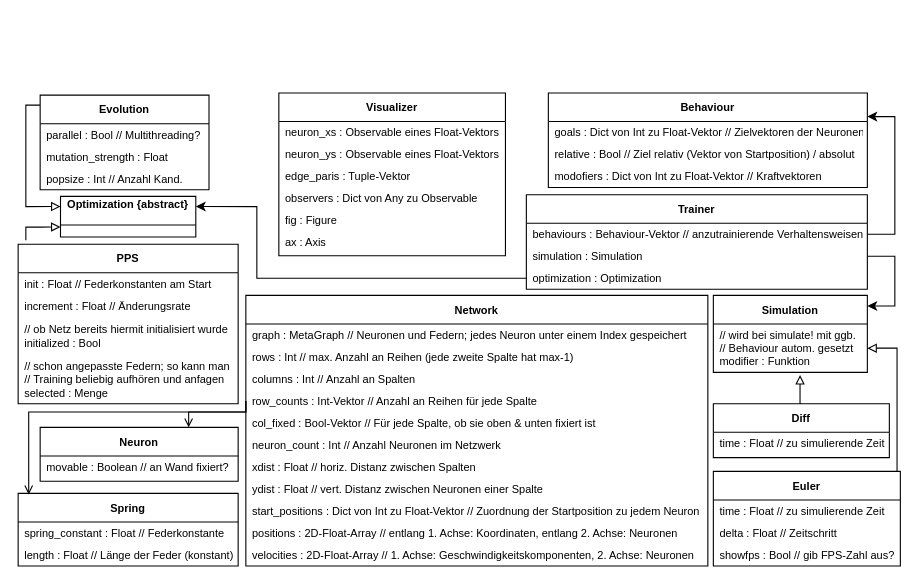
Alexander-Reimer/Simulation-of-MNNs keeps this draw.io diagram as page "Page-2" (1 of 2) of 2024/JuFo_regional/bilder/UML.drawio. Above is the earlier version. Source tidied: cells renumbered, new cells numbered last; positions are measured from the earlier drawing's top-left corner, leaving out a move shared by most shapes. Both pictures are drawn from the tidied source at 110%, with x=0, y=0 at pixel (-173, 92).
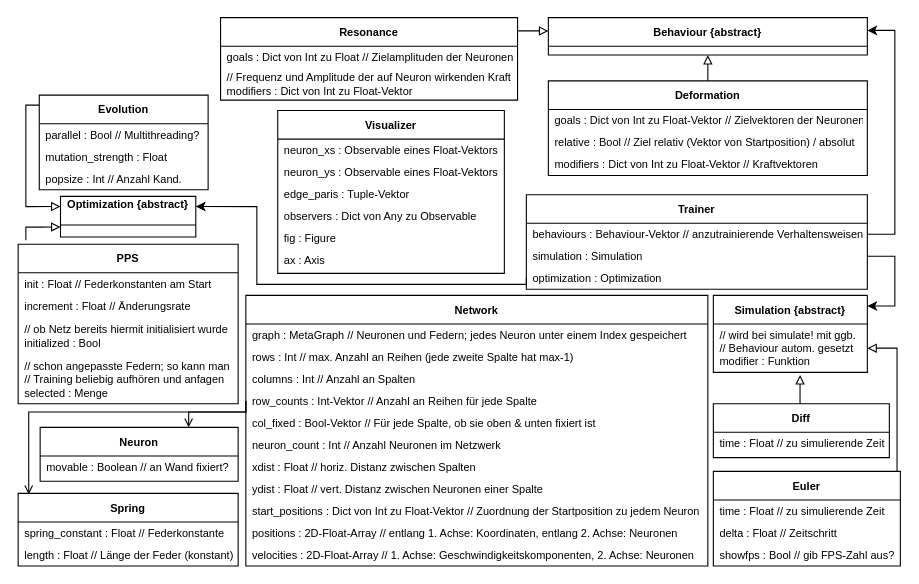
After the change.

Commit message:
Update UML.drawio: added resonance & deformation

Unchanged cells that the change refers to:
```xml
<mxCell id="28" value="behaviours : Behaviour-Vektor // anzutrainierende Verhaltensweisen" style="text;align=left;verticalAlign=middle;spacingLeft=4;spacingRight=4;overflow=hidden;points=[[0,0.5],[1,0.5]];portConstraint=eastwest;fontSize=10;" parent="27" vertex="1">
  <mxGeometry y="26" width="310" height="20" as="geometry" />
</mxCell>
<mxCell id="30" value="optimization : Optimization" style="text;align=left;verticalAlign=middle;spacingLeft=4;spacingRight=4;overflow=hidden;points=[[0,0.5],[1,0.5]];portConstraint=eastwest;fontSize=10;" parent="27" vertex="1">
  <mxGeometry y="66" width="310" height="20" as="geometry" />
</mxCell>
<mxCell id="42" value="Optimization {abstract}&#10;" style="swimlane;fontStyle=1;align=center;verticalAlign=middle;horizontal=1;startSize=26;rounded=0;shadow=0;strokeWidth=1;fontSize=10;" parent="1" vertex="1">
  <mxGeometry x="211.5" y="94" width="123" height="37" as="geometry" />
</mxCell>
```

The edit, as a diff of the source:
```diff
@@
-    <mxCell id="23" value="Behaviour" style="swimlane;fontStyle=1;align=center;verticalAlign=middle;horizontal=1;startSize=26;rounded=0;shadow=0;strokeWidth=1;fontSize=10;" parent="1" vertex="1">
-      <mxGeometry x="655" width="290" height="86" as="geometry" />
+    <mxCell id="23" value="Behaviour {abstract}" style="swimlane;fontStyle=1;align=center;verticalAlign=middle;horizontal=1;startSize=26;rounded=0;shadow=0;strokeWidth=1;fontSize=10;" parent="1" vertex="1">
+      <mxGeometry x="655" y="-68.5" width="290" height="34" as="geometry" />
     </mxCell>
-    <mxCell id="24" value="goals : Dict von Int zu Float-Vektor // Zielvektoren der Neuronen" style="text;align=left;verticalAlign=middle;spacingLeft=4;spacingRight=4;overflow=hidden;fontSize=10;" parent="23" vertex="1">
-      <mxGeometry y="26" width="290" height="20" as="geometry" />
-    </mxCell>
-    <mxCell id="25" value="relative : Bool // Ziel relativ (Vektor von Startposition) / absolut" style="text;align=left;verticalAlign=middle;spacingLeft=4;spacingRight=4;overflow=hidden;fontSize=10;" parent="23" vertex="1">
-      <mxGeometry y="46" width="290" height="20" as="geometry" />
-    </mxCell>
-    <mxCell id="26" value="modofiers : Dict von Int zu Float-Vektor // Kraftvektoren" style="text;align=left;verticalAlign=middle;spacingLeft=4;spacingRight=4;overflow=hidden;fontSize=10;" parent="23" vertex="1">
-      <mxGeometry y="66" width="290" height="20" as="geometry" />
-    </mxCell>
@@
-    <mxCell id="31" style="edgeStyle=orthogonalEdgeStyle;rounded=0;jettySize=auto;html=1;exitX=1;exitY=0.5;exitDx=0;exitDy=0;fontSize=10;verticalAlign=middle;entryX=1;entryY=0.25;entryDx=0;entryDy=0;" parent="1" edge="1" source="28" target="23">
+    <mxCell id="31" style="edgeStyle=orthogonalEdgeStyle;rounded=0;jettySize=auto;html=1;exitX=1;exitY=0.5;exitDx=0;exitDy=0;fontSize=10;verticalAlign=middle;entryX=1;entryY=0.342;entryDx=0;entryDy=0;entryPerimeter=0;" parent="1" edge="1" source="28" target="23">
       <mxGeometry relative="1" as="geometry">
         <Array as="points">
-          <mxPoint x="970" y="129" />
-          <mxPoint x="970" y="22" />
+          <mxPoint x="970" y="128" />
+          <mxPoint x="970" y="-57" />
         </Array>
       </mxGeometry>
     </mxCell>
-    <mxCell id="32" value="Simulation" style="swimlane;fontStyle=1;align=center;verticalAlign=middle;horizontal=1;startSize=26;rounded=0;shadow=0;strokeWidth=1;fontSize=10;" parent="1" vertex="1">
+    <mxCell id="32" value="Simulation {abstract}" style="swimlane;fontStyle=1;align=center;verticalAlign=middle;horizontal=1;startSize=26;rounded=0;shadow=0;strokeWidth=1;fontSize=10;" parent="1" vertex="1">
       <mxGeometry x="805" y="184" width="140" height="70" as="geometry" />
     </mxCell>
@@
     <mxCell id="49" value="Evolution" style="swimlane;fontStyle=1;align=center;verticalAlign=middle;horizontal=1;startSize=26;rounded=0;shadow=0;strokeWidth=1;fontSize=10;" parent="1" vertex="1">
-      <mxGeometry x="193" y="2" width="153.5" height="86" as="geometry" />
+      <mxGeometry x="192.2" y="2" width="153.5" height="86" as="geometry" />
     </mxCell>
@@
     <mxCell id="53" style="edgeStyle=orthogonalEdgeStyle;rounded=0;jettySize=auto;html=1;exitX=0;exitY=0.5;exitDx=0;exitDy=0;fontSize=10;verticalAlign=middle;entryX=1;entryY=0.25;entryDx=0;entryDy=0;" parent="1" edge="1" source="30" target="42">
       <mxGeometry relative="1" as="geometry">
         <Array as="points">
-          <mxPoint x="390" y="168" />
+          <mxPoint x="635" y="174" />
+          <mxPoint x="390" y="174" />
           <mxPoint x="390" y="104" />
-          <mxPoint x="334" y="104" />
+          <mxPoint x="335" y="104" />
         </Array>
       </mxGeometry>
     </mxCell>
     <mxCell id="54" value="Visualizer" style="swimlane;fontStyle=1;align=center;verticalAlign=middle;horizontal=1;startSize=26;rounded=0;shadow=0;strokeWidth=1;fontSize=10;" parent="1" vertex="1">
-      <mxGeometry x="410" width="206" height="148" as="geometry" />
+      <mxGeometry x="409" y="16" width="206" height="148" as="geometry" />
     </mxCell>
@@
+    <mxCell id="63" style="edgeStyle=orthogonalEdgeStyle;rounded=0;jettySize=auto;html=1;exitX=0.5;exitY=0;exitDx=0;exitDy=0;entryX=0.5;entryY=1;entryDx=0;entryDy=0;endArrow=block;endFill=0;" parent="1" edge="1" source="64" target="23">
+      <mxGeometry relative="1" as="geometry" />
+    </mxCell>
+    <mxCell id="64" value="Deformation" style="swimlane;fontStyle=1;align=center;verticalAlign=middle;horizontal=1;startSize=26;rounded=0;shadow=0;strokeWidth=1;fontSize=10;" parent="1" vertex="1">
+      <mxGeometry x="655" y="-11" width="290" height="86" as="geometry" />
+    </mxCell>
+    <mxCell id="24" value="goals : Dict von Int zu Float-Vektor // Zielvektoren der Neuronen" style="text;align=left;verticalAlign=middle;spacingLeft=4;spacingRight=4;overflow=hidden;fontSize=10;" parent="64" vertex="1">
+      <mxGeometry y="26" width="290" height="20" as="geometry" />
+    </mxCell>
+    <mxCell id="25" value="relative : Bool // Ziel relativ (Vektor von Startposition) / absolut" style="text;align=left;verticalAlign=middle;spacingLeft=4;spacingRight=4;overflow=hidden;fontSize=10;" parent="64" vertex="1">
+      <mxGeometry y="46" width="290" height="20" as="geometry" />
+    </mxCell>
+    <mxCell id="65" value="modifiers : Dict von Int zu Float-Vektor // Kraftvektoren" style="text;align=left;verticalAlign=middle;spacingLeft=4;spacingRight=4;overflow=hidden;fontSize=10;" parent="64" vertex="1">
+      <mxGeometry y="66" width="290" height="20" as="geometry" />
+    </mxCell>
+    <mxCell id="66" style="edgeStyle=orthogonalEdgeStyle;rounded=0;jettySize=auto;html=1;exitX=1.002;exitY=0.161;exitDx=0;exitDy=0;exitPerimeter=0;endArrow=block;endFill=0;" parent="1" edge="1" source="67">
+      <mxGeometry relative="1" as="geometry">
+        <mxPoint x="655" y="-56" as="targetPoint" />
+      </mxGeometry>
+    </mxCell>
+    <mxCell id="67" value="Resonance" style="swimlane;fontStyle=1;align=center;verticalAlign=middle;horizontal=1;startSize=26;rounded=0;shadow=0;strokeWidth=1;fontSize=10;" parent="1" vertex="1">
+      <mxGeometry x="357" y="-68.5" width="270" height="75" as="geometry" />
+    </mxCell>
+    <mxCell id="68" value="goals : Dict von Int zu Float // Zielamplituden der Neuronen" style="text;align=left;verticalAlign=middle;spacingLeft=4;spacingRight=4;overflow=hidden;fontSize=10;" parent="67" vertex="1">
+      <mxGeometry y="26" width="270" height="20" as="geometry" />
+    </mxCell>
+    <mxCell id="69" value="// Frequenz und Amplitude der auf Neuron wirkenden Kraft&#10;modifiers : Dict von Int zu Float-Vektor" style="text;align=left;verticalAlign=middle;spacingLeft=4;spacingRight=4;overflow=hidden;fontSize=10;" parent="67" vertex="1">
+      <mxGeometry y="46" width="270" height="29" as="geometry" />
+    </mxCell>
```
